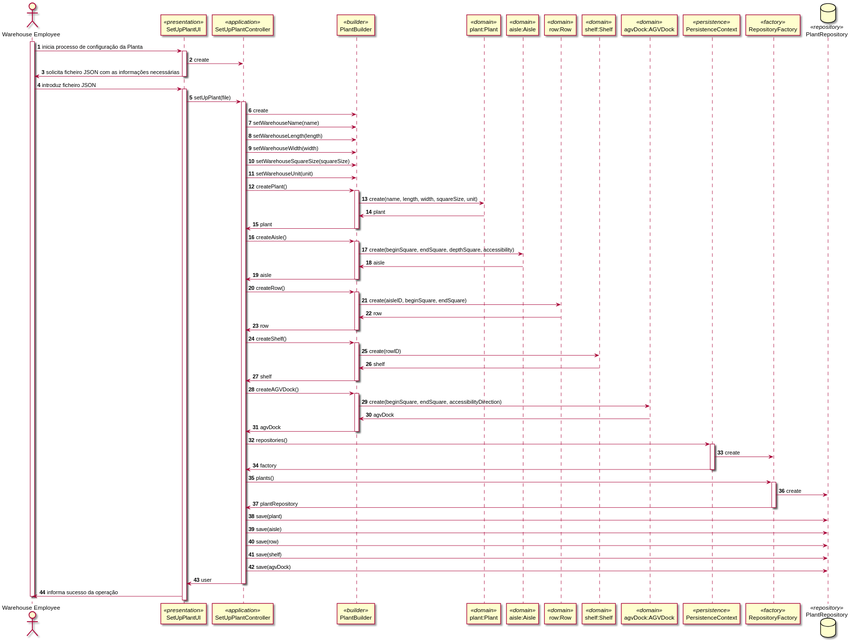
The PlantUML diagram docs/1201284/US2001/SD_WarehousePlant.svg in ana-albergaria/LAPR4-ISEP, before a commit. The source it was exported from:
```plantuml
@startuml

autonumber
actor "Warehouse Employee" as WE
participant SetUpPlantUI as UI <<presentation>>
participant SetUpPlantController as Controller <<application>>
participant PlantBuilder as Builder <<builder>>
participant "plant:Plant" as Domain1 <<domain>>
participant "aisle:Aisle" as Domain2 <<domain>>
participant "row:Row" as Domain3 <<domain>>
participant "shelf:Shelf" as Domain4 <<domain>>
participant "agvDock:AGVDock" as Domain5 <<domain>>
participant PersistenceContext as Persistence <<persistence>>
participant RepositoryFactory as Factory <<factory>>
database PlantRepository as Repository <<repository>>



activate WE
WE -> UI : inicia processo de configuração da Planta
activate UI
UI -> Controller : create
UI -> WE : solicita ficheiro JSON com as informações necessárias
deactivate UI

WE -> UI : introduz ficheiro JSON
activate UI

UI -> Controller : setUpPlant(file)
activate Controller
Controller -> Builder : create
Controller -> Builder : setWarehouseName(name)
Controller -> Builder : setWarehouseLength(length)
Controller -> Builder : setWarehouseWidth(width)
Controller -> Builder : setWarehouseSquareSize(squareSize)
Controller -> Builder : setWarehouseUnit(unit)

Controller -> Builder : createPlant()
activate Builder
Builder -> Domain1 : create(name, length, width, squareSize, unit)
Domain1 -> Builder : plant
Builder -> Controller : plant
deactivate Builder

Controller -> Builder : createAisle()
activate Builder
Builder -> Domain2 : create(beginSquare, endSquare, depthSquare, accessibility)
Domain2 -> Builder : aisle
Builder -> Controller : aisle
deactivate Builder

Controller -> Builder : createRow()
activate Builder
Builder -> Domain3 : create(aisleID, beginSquare, endSquare)
Domain3 -> Builder : row
Builder -> Controller : row
deactivate Builder

Controller -> Builder : createShelf()
activate Builder
Builder -> Domain4 : create(rowID)
Domain4 -> Builder: shelf
Builder -> Controller : shelf
deactivate Builder

Controller -> Builder : createAGVDock()
activate Builder
Builder -> Domain5 : create(beginSquare, endSquare, accessibilityDirection)
Domain5 -> Builder : agvDock
Builder -> Controller : agvDock
deactivate Builder

Controller -> Persistence : repositories()
activate Persistence
Persistence -> Factory : create
Persistence -> Controller : factory
deactivate Persistence
Controller -> Factory : plants()
activate Factory
Factory -> Repository : create
Factory -> Controller : plantRepository
deactivate Factory
Controller->Repository : save(plant)
Controller->Repository : save(aisle)
Controller->Repository : save(row)
Controller->Repository : save(shelf)
Controller->Repository : save(agvDock)
Controller->UI: user
deactivate Controller



UI -> WE : informa sucesso da operação
deactivate WE

@enduml
```
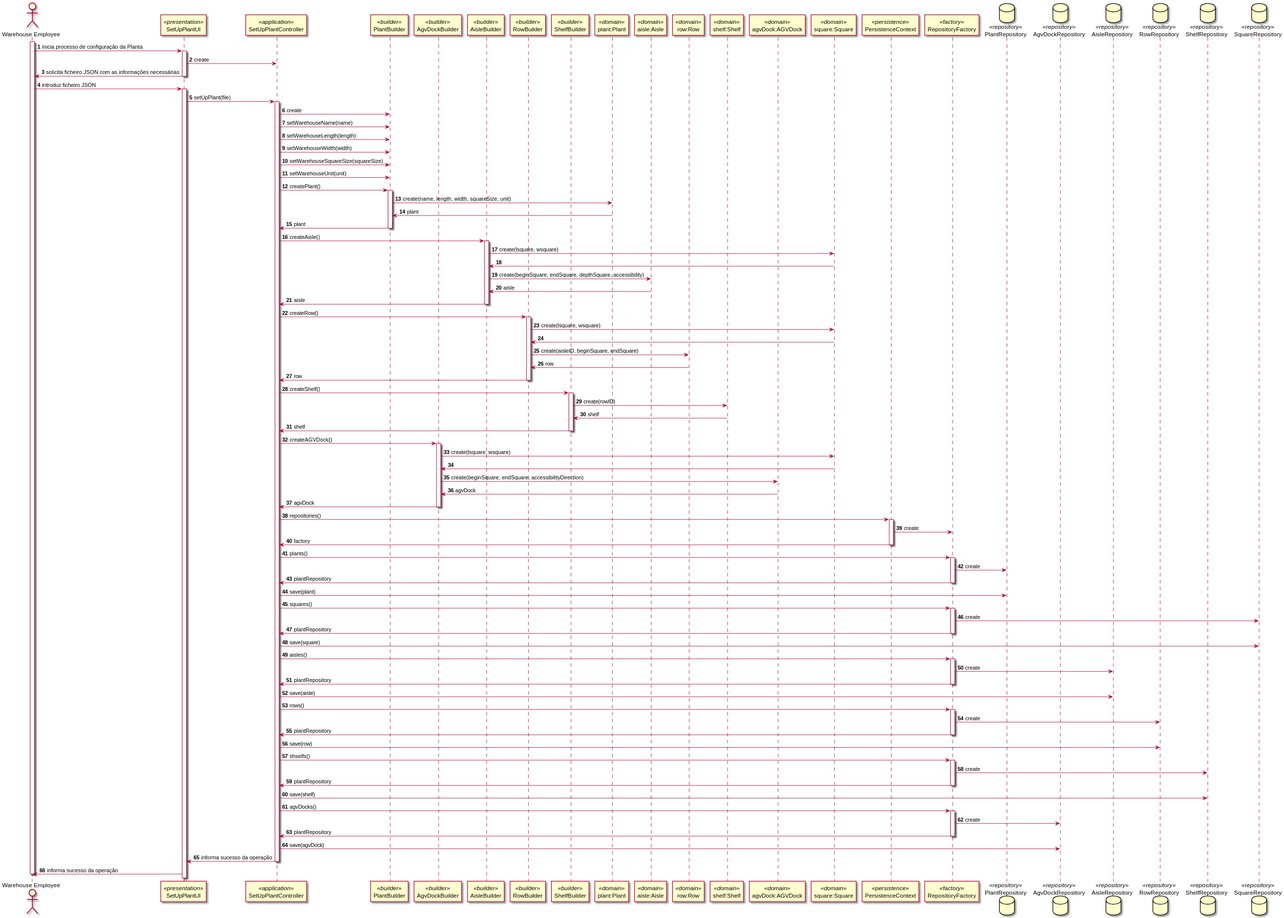
After the commit.

What changed in the source:
```diff
@@ -5,14 +5,28 @@
 participant SetUpPlantUI as UI <<presentation>>
 participant SetUpPlantController as Controller <<application>>
 participant PlantBuilder as Builder <<builder>>
+participant AgvDockBuilder as Builder2 <<builder>>
+participant AisleBuilder as Builder3 <<builder>>
+participant RowBuilder as Builder4 <<builder>>
+participant ShelfBuilder as Builder5 <<builder>>
 participant "plant:Plant" as Domain1 <<domain>>
 participant "aisle:Aisle" as Domain2 <<domain>>
 participant "row:Row" as Domain3 <<domain>>
 participant "shelf:Shelf" as Domain4 <<domain>>
 participant "agvDock:AGVDock" as Domain5 <<domain>>
+participant "square:Square" as Domain6 <<domain>>
 participant PersistenceContext as Persistence <<persistence>>
 participant RepositoryFactory as Factory <<factory>>
-database PlantRepository as Repository <<repository>>
+database PlantRepository as Repository1 <<repository>>
+database AgvDockRepository as Repository2 <<repository>>
+database AisleRepository as Repository3 <<repository>>
+database RowRepository as Repository4 <<repository>>
+database ShelfRepository as Repository5 <<repository>>
+database SquareRepository as Repository6 <<repository>>
+
+
+
+
 
 
 
@@ -42,50 +56,89 @@
 Builder -> Controller : plant
 deactivate Builder
 
-Controller -> Builder : createAisle()
-activate Builder
-Builder -> Domain2 : create(beginSquare, endSquare, depthSquare, accessibility)
-Domain2 -> Builder : aisle
-Builder -> Controller : aisle
-deactivate Builder
+Controller -> Builder3 : createAisle()
+activate Builder3
+Builder3 -> Domain6 : create(lsquare, wsquare)
+Domain6 -> Builder3
+Builder3 -> Domain2 : create(beginSquare, endSquare, depthSquare, accessibility)
+Domain2 -> Builder3 : aisle
+Builder3 -> Controller : aisle
+deactivate Builder3
 
-Controller -> Builder : createRow()
-activate Builder
-Builder -> Domain3 : create(aisleID, beginSquare, endSquare)
-Domain3 -> Builder : row
-Builder -> Controller : row
-deactivate Builder
+Controller -> Builder4 : createRow()
+activate Builder4
+Builder4 -> Domain6 : create(lsquare, wsquare)
+Domain6 -> Builder4
+Builder4 -> Domain3 : create(aisleID, beginSquare, endSquare)
+Domain3 -> Builder4 : row
+Builder4 -> Controller : row
+deactivate Builder4
 
-Controller -> Builder : createShelf()
-activate Builder
-Builder -> Domain4 : create(rowID)
-Domain4 -> Builder: shelf
-Builder -> Controller : shelf
-deactivate Builder
+Controller -> Builder5: createShelf()
+activate Builder5
+Builder5 -> Domain4 : create(rowID)
+Domain4 -> Builder5: shelf
+Builder5 -> Controller : shelf
+deactivate Builder5
 
-Controller -> Builder : createAGVDock()
-activate Builder
-Builder -> Domain5 : create(beginSquare, endSquare, accessibilityDirection)
-Domain5 -> Builder : agvDock
-Builder -> Controller : agvDock
-deactivate Builder
+Controller -> Builder2 : createAGVDock()
+activate Builder2
+Builder2 -> Domain6 : create(lsquare, wsquare)
+Domain6 -> Builder2
+Builder2 -> Domain5 : create(beginSquare, endSquare, accessibilityDirection)
+Domain5 -> Builder2 : agvDock
+Builder2 -> Controller : agvDock
+deactivate Builder2
 
 Controller -> Persistence : repositories()
 activate Persistence
 Persistence -> Factory : create
 Persistence -> Controller : factory
 deactivate Persistence
+
 Controller -> Factory : plants()
 activate Factory
-Factory -> Repository : create
+Factory -> Repository1 : create
 Factory -> Controller : plantRepository
 deactivate Factory
-Controller->Repository : save(plant)
-Controller->Repository : save(aisle)
-Controller->Repository : save(row)
-Controller->Repository : save(shelf)
-Controller->Repository : save(agvDock)
-Controller->UI: user
+Controller->Repository1 : save(plant)
+
+Controller -> Factory : squares()
+activate Factory
+Factory -> Repository6 : create
+Factory -> Controller : plantRepository
+deactivate Factory
+Controller->Repository6 : save(square)
+
+Controller -> Factory : aisles()
+activate Factory
+Factory -> Repository3 : create
+Factory -> Controller : plantRepository
+deactivate Factory
+Controller->Repository3 : save(aisle)
+
+Controller -> Factory : rows()
+activate Factory
+Factory -> Repository4 : create
+Factory -> Controller : plantRepository
+deactivate Factory
+Controller->Repository4 : save(row)
+
+Controller -> Factory : shselfs()
+activate Factory
+Factory -> Repository5 : create
+Factory -> Controller : plantRepository
+deactivate Factory
+Controller->Repository5 : save(shelf)
+
+Controller -> Factory : agvDocks()
+activate Factory
+Factory -> Repository2 : create
+Factory -> Controller : plantRepository
+deactivate Factory
+Controller->Repository2 : save(agvDock)
+
+Controller->UI: informa sucesso da operação
 deactivate Controller
 
 
```
